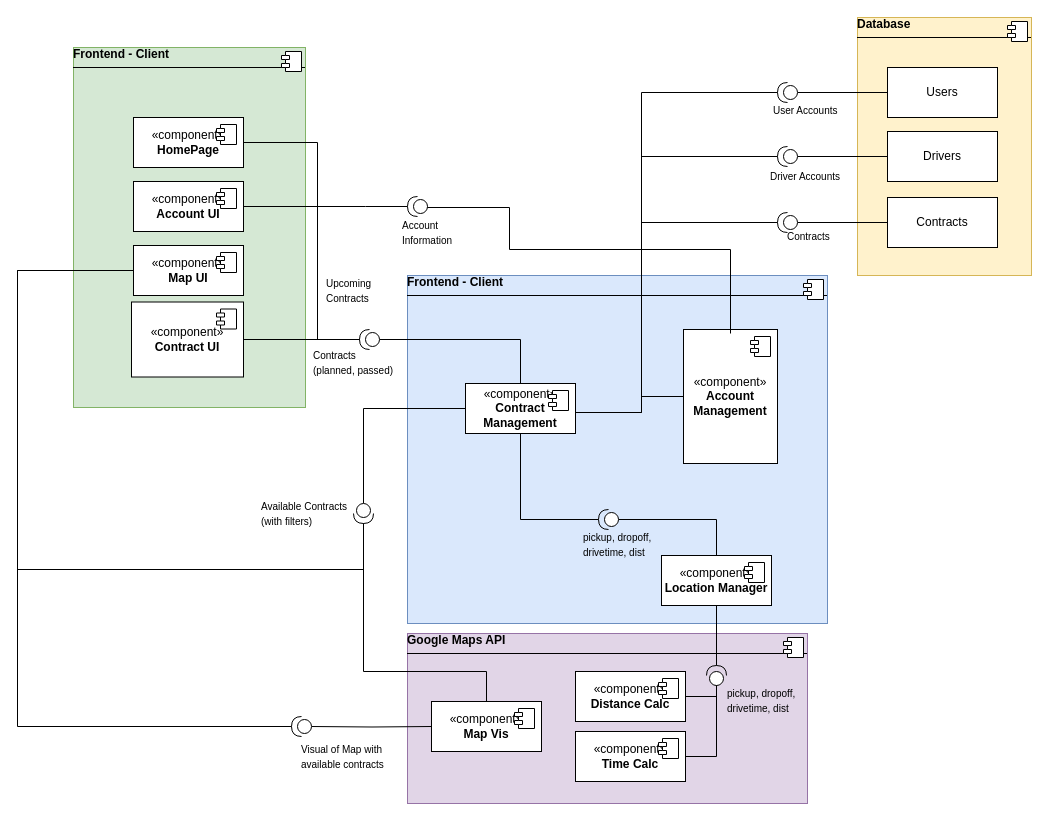
Before: Component-Diagram-SoPra-25-Group-39.drawio in dariohug/sopra-25-client, a draw.io diagram. Source tidied: cells renumbered, new cells numbered last; positions are measured from the earlier drawing's top-left corner, leaving out a move shared by most shapes. Both pictures are drawn from the tidied source at 100%, with x=0, y=0 at pixel (17, 17).
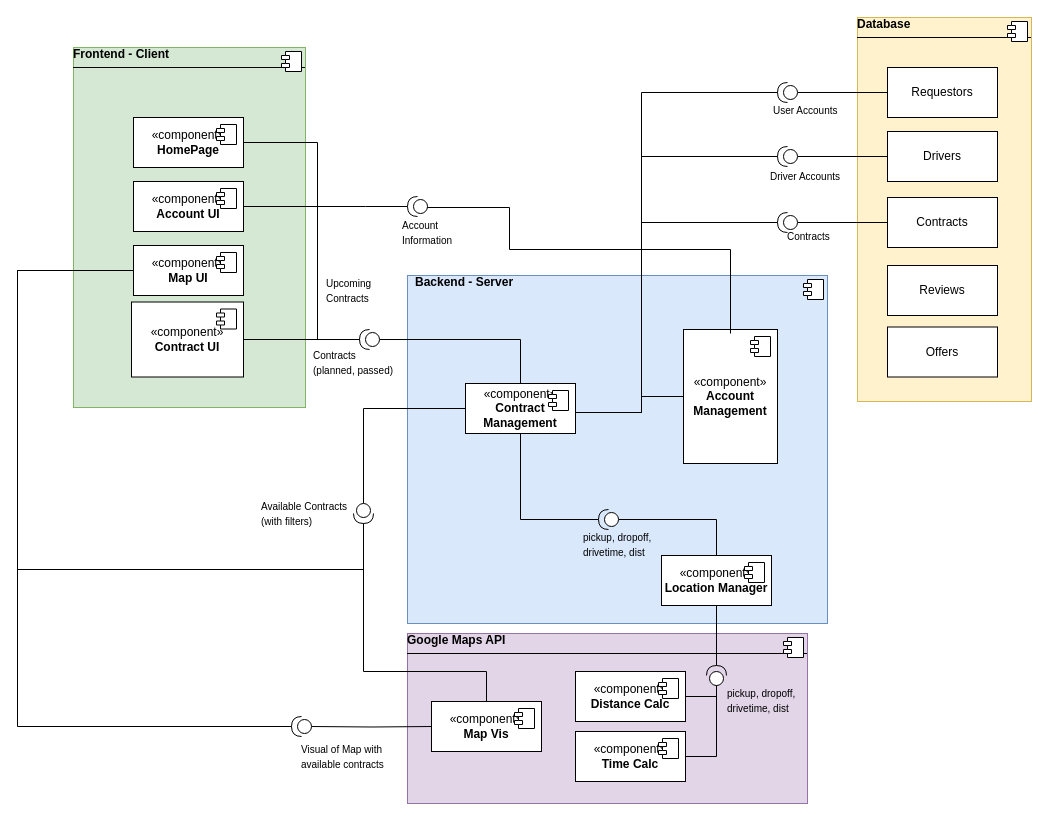
The same diagram, later.

Diff of the diagram source:
```diff
@@
-    <mxCell id="11" value="&lt;div&gt;&lt;b&gt;Frontend - Client&lt;/b&gt;&lt;/div&gt;&lt;hr size=&quot;1&quot; style=&quot;border-style:solid;&quot;&gt;&lt;p style=&quot;margin:0px;margin-left:8px;&quot;&gt;&lt;br&gt;&lt;/p&gt;" style="align=left;overflow=fill;html=1;whiteSpace=wrap;fillColor=#dae8fc;strokeColor=#6c8ebf;" parent="1" vertex="1">
+    <mxCell id="11" value="&lt;div&gt;&lt;/div&gt;&lt;p style=&quot;margin:0px;margin-left:8px;&quot;&gt;&lt;b&gt;Backend - Server&lt;/b&gt;&lt;/p&gt;" style="align=left;overflow=fill;html=1;whiteSpace=wrap;fillColor=#dae8fc;strokeColor=#6c8ebf;" parent="1" vertex="1">
       <mxGeometry x="390" y="258" width="420" height="348" as="geometry" />
     </mxCell>
@@
     <mxCell id="18" value="&lt;div&gt;&lt;b&gt;Database&lt;/b&gt;&lt;/div&gt;&lt;hr size=&quot;1&quot; style=&quot;border-style:solid;&quot;&gt;&lt;p style=&quot;margin:0px;margin-left:8px;&quot;&gt;&lt;br&gt;&lt;/p&gt;" style="align=left;overflow=fill;html=1;whiteSpace=wrap;fillColor=#fff2cc;strokeColor=#d6b656;" parent="1" vertex="1">
-      <mxGeometry x="840" width="174" height="258" as="geometry" />
+      <mxGeometry x="840" width="174" height="384" as="geometry" />
     </mxCell>
@@
-    <mxCell id="22" value="Users" style="html=1;whiteSpace=wrap;" parent="1" vertex="1">
+    <mxCell id="22" value="Requestors" style="html=1;whiteSpace=wrap;" parent="1" vertex="1">
       <mxGeometry x="870" y="50" width="110" height="50" as="geometry" />
     </mxCell>
@@
+    <mxCell id="77" value="Reviews" style="html=1;whiteSpace=wrap;" parent="1" vertex="1">
+      <mxGeometry x="870" y="248" width="110" height="50" as="geometry" />
+    </mxCell>
+    <mxCell id="78" value="Offers" style="html=1;whiteSpace=wrap;" parent="1" vertex="1">
+      <mxGeometry x="870" y="309.5" width="110" height="50" as="geometry" />
+    </mxCell>
```
